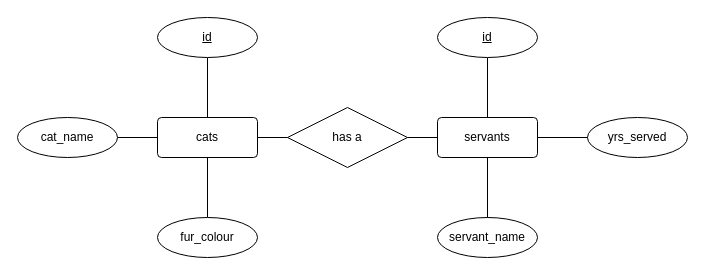
SCOTCH1969/02_DB_models keeps this draw.io diagram as kardinalitaet_1_1/k_1_1.drawio. Above is the earlier version. Source tidied: cells renumbered, new cells numbered last; positions are measured from the earlier drawing's top-left corner, leaving out a move shared by most shapes. Both pictures are drawn from the tidied source at 100%, with x=0, y=0 at pixel (17, 17).
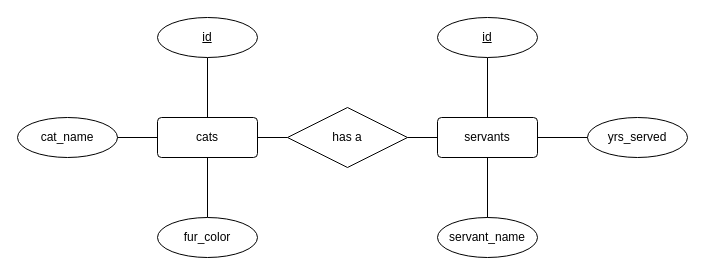
Above is the later version.

The edit, as a diff of the source:
```diff
@@
-    <mxCell id="8" value="fur_colour" style="ellipse;whiteSpace=wrap;html=1;align=center;" parent="1" vertex="1">
+    <mxCell id="8" value="fur_color" style="ellipse;whiteSpace=wrap;html=1;align=center;" parent="1" vertex="1">
       <mxGeometry x="140" y="200" width="100" height="40" as="geometry" />
     </mxCell>
```
